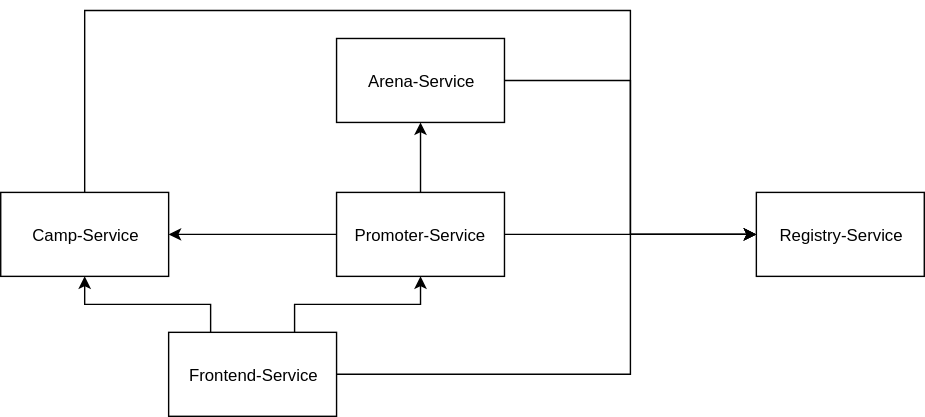
Above: resources/Microservice Architecture.svg in timmmmmb/heroes (draw.io), before the change. Source tidied: cells renumbered, new cells last; positions are measured from the earlier drawing's top-left corner, leaving out a move shared by most shapes. The source it was exported from:
```xml
<mxGraphModel>
  <root>
    <mxCell id="0" />
    <mxCell id="1" parent="0" />
    <mxCell id="2" style="edgeStyle=orthogonalEdgeStyle;rounded=0;jettySize=auto;html=1;exitX=1;exitY=0.5;exitDx=0;exitDy=0;entryX=0;entryY=0.5;entryDx=0;entryDy=0;" parent="1" edge="1" source="5" target="12">
      <mxGeometry relative="1" as="geometry">
        <Array as="points">
          <mxPoint x="450" y="260" />
          <mxPoint x="450" y="160" />
        </Array>
      </mxGeometry>
    </mxCell>
    <mxCell id="3" style="edgeStyle=orthogonalEdgeStyle;rounded=0;jettySize=auto;html=1;exitX=0.25;exitY=0;exitDx=0;exitDy=0;entryX=0.5;entryY=1;entryDx=0;entryDy=0;" parent="1" edge="1" source="5" target="14">
      <mxGeometry relative="1" as="geometry" />
    </mxCell>
    <mxCell id="4" style="edgeStyle=orthogonalEdgeStyle;rounded=0;jettySize=auto;html=1;exitX=0.75;exitY=0;exitDx=0;exitDy=0;entryX=0.5;entryY=1;entryDx=0;entryDy=0;" parent="1" edge="1" source="5" target="11">
      <mxGeometry relative="1" as="geometry" />
    </mxCell>
    <mxCell id="5" value="Frontend-Service" style="rounded=0;whiteSpace=wrap;html=1;" parent="1" vertex="1">
      <mxGeometry x="120" y="230" width="120" height="60" as="geometry" />
    </mxCell>
    <mxCell id="6" style="edgeStyle=orthogonalEdgeStyle;rounded=0;jettySize=auto;html=1;exitX=1;exitY=0.5;exitDx=0;exitDy=0;entryX=0;entryY=0.5;entryDx=0;entryDy=0;" parent="1" edge="1" source="7" target="12">
      <mxGeometry relative="1" as="geometry" />
    </mxCell>
    <mxCell id="7" value="Arena-Service" style="rounded=0;whiteSpace=wrap;html=1;" parent="1" vertex="1">
      <mxGeometry x="240" y="20" width="120" height="60" as="geometry" />
    </mxCell>
    <mxCell id="8" style="edgeStyle=orthogonalEdgeStyle;rounded=0;jettySize=auto;html=1;exitX=1;exitY=0.5;exitDx=0;exitDy=0;" parent="1" edge="1" source="11">
      <mxGeometry relative="1" as="geometry">
        <mxPoint x="540" y="160" as="targetPoint" />
      </mxGeometry>
    </mxCell>
    <mxCell id="9" style="edgeStyle=orthogonalEdgeStyle;rounded=0;jettySize=auto;html=1;exitX=0.5;exitY=0;exitDx=0;exitDy=0;entryX=0.5;entryY=1;entryDx=0;entryDy=0;" parent="1" edge="1" source="11" target="7">
      <mxGeometry relative="1" as="geometry" />
    </mxCell>
    <mxCell id="10" style="edgeStyle=orthogonalEdgeStyle;rounded=0;jettySize=auto;html=1;exitX=0;exitY=0.5;exitDx=0;exitDy=0;entryX=1;entryY=0.5;entryDx=0;entryDy=0;" parent="1" edge="1" source="11" target="14">
      <mxGeometry relative="1" as="geometry" />
    </mxCell>
    <mxCell id="11" value="Promoter-Service" style="rounded=0;whiteSpace=wrap;html=1;" parent="1" vertex="1">
      <mxGeometry x="240" y="130" width="120" height="60" as="geometry" />
    </mxCell>
    <mxCell id="12" value="Registry-Service" style="rounded=0;whiteSpace=wrap;html=1;" parent="1" vertex="1">
      <mxGeometry x="540" y="130" width="120" height="60" as="geometry" />
    </mxCell>
    <mxCell id="13" style="edgeStyle=orthogonalEdgeStyle;rounded=0;jettySize=auto;html=1;exitX=0.5;exitY=0;exitDx=0;exitDy=0;entryX=0;entryY=0.5;entryDx=0;entryDy=0;" parent="1" edge="1" source="14" target="12">
      <mxGeometry relative="1" as="geometry">
        <Array as="points">
          <mxPoint x="60" />
          <mxPoint x="450" />
          <mxPoint x="450" y="160" />
        </Array>
      </mxGeometry>
    </mxCell>
    <mxCell id="14" value="Camp-Service" style="rounded=0;whiteSpace=wrap;html=1;" parent="1" vertex="1">
      <mxGeometry y="130" width="120" height="60" as="geometry" />
    </mxCell>
  </root>
</mxGraphModel>
```
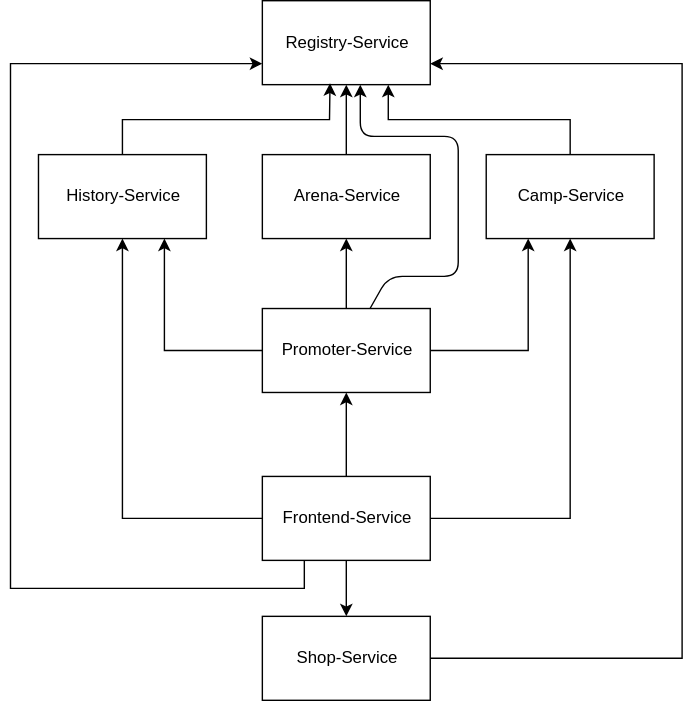
Later version of the same file.

Diff of the diagram source:
```diff
@@ -2,57 +2,89 @@
   <root>
     <mxCell id="0" />
     <mxCell id="1" parent="0" />
+    <mxCell id="3" style="edgeStyle=orthogonalEdgeStyle;rounded=0;jettySize=auto;html=1;exitX=1;exitY=0.5;exitDx=0;exitDy=0;entryX=0.5;entryY=1;entryDx=0;entryDy=0;" parent="1" edge="1" source="5" target="14">
+      <mxGeometry relative="1" as="geometry" />
+    </mxCell>
+    <mxCell id="15" style="edgeStyle=orthogonalEdgeStyle;rounded=0;jettySize=auto;html=1;entryX=0.5;entryY=0;entryDx=0;entryDy=0;exitX=0.5;exitY=1;exitDx=0;exitDy=0;" parent="1" edge="1" source="5" target="19">
+      <mxGeometry relative="1" as="geometry" />
+    </mxCell>
+    <mxCell id="4" style="edgeStyle=orthogonalEdgeStyle;rounded=0;jettySize=auto;html=1;exitX=0.5;exitY=0;exitDx=0;exitDy=0;entryX=0.5;entryY=1;entryDx=0;entryDy=0;" parent="1" edge="1" source="5" target="11">
+      <mxGeometry relative="1" as="geometry" />
+    </mxCell>
+    <mxCell id="16" style="edgeStyle=orthogonalEdgeStyle;rounded=0;jettySize=auto;html=1;exitX=0;exitY=0.5;exitDx=0;exitDy=0;entryX=0.5;entryY=1;entryDx=0;entryDy=0;" parent="1" edge="1" source="5" target="21">
+      <mxGeometry relative="1" as="geometry" />
+    </mxCell>
-    <mxCell id="2" style="edgeStyle=orthogonalEdgeStyle;rounded=0;jettySize=auto;html=1;exitX=1;exitY=0.5;exitDx=0;exitDy=0;entryX=0;entryY=0.5;entryDx=0;entryDy=0;" parent="1" edge="1" source="5" target="12">
+    <mxCell id="2" style="edgeStyle=orthogonalEdgeStyle;rounded=0;jettySize=auto;html=1;exitX=0.25;exitY=1;exitDx=0;exitDy=0;entryX=0;entryY=0.75;entryDx=0;entryDy=0;" parent="1" edge="1" source="5" target="12">
       <mxGeometry relative="1" as="geometry">
         <Array as="points">
-          <mxPoint x="450" y="260" />
-          <mxPoint x="450" y="160" />
+          <mxPoint x="290" y="420" />
+          <mxPoint x="80" y="420" />
+          <mxPoint x="80" y="45" />
         </Array>
       </mxGeometry>
     </mxCell>
-    <mxCell id="3" style="edgeStyle=orthogonalEdgeStyle;rounded=0;jettySize=auto;html=1;exitX=0.25;exitY=0;exitDx=0;exitDy=0;entryX=0.5;entryY=1;entryDx=0;entryDy=0;" parent="1" edge="1" source="5" target="14">
-      <mxGeometry relative="1" as="geometry" />
-    </mxCell>
-    <mxCell id="4" style="edgeStyle=orthogonalEdgeStyle;rounded=0;jettySize=auto;html=1;exitX=0.75;exitY=0;exitDx=0;exitDy=0;entryX=0.5;entryY=1;entryDx=0;entryDy=0;" parent="1" edge="1" source="5" target="11">
-      <mxGeometry relative="1" as="geometry" />
-    </mxCell>
     <mxCell id="5" value="Frontend-Service" style="rounded=0;whiteSpace=wrap;html=1;" parent="1" vertex="1">
-      <mxGeometry x="120" y="230" width="120" height="60" as="geometry" />
+      <mxGeometry x="260" y="340" width="120" height="60" as="geometry" />
     </mxCell>
-    <mxCell id="6" style="edgeStyle=orthogonalEdgeStyle;rounded=0;jettySize=auto;html=1;exitX=1;exitY=0.5;exitDx=0;exitDy=0;entryX=0;entryY=0.5;entryDx=0;entryDy=0;" parent="1" edge="1" source="7" target="12">
+    <mxCell id="6" style="edgeStyle=orthogonalEdgeStyle;rounded=0;jettySize=auto;html=1;exitX=0.5;exitY=0;exitDx=0;exitDy=0;entryX=0.5;entryY=1;entryDx=0;entryDy=0;" parent="1" edge="1" source="7" target="12">
       <mxGeometry relative="1" as="geometry" />
     </mxCell>
     <mxCell id="7" value="Arena-Service" style="rounded=0;whiteSpace=wrap;html=1;" parent="1" vertex="1">
-      <mxGeometry x="240" y="20" width="120" height="60" as="geometry" />
+      <mxGeometry x="260" y="110" width="120" height="60" as="geometry" />
     </mxCell>
-    <mxCell id="8" style="edgeStyle=orthogonalEdgeStyle;rounded=0;jettySize=auto;html=1;exitX=1;exitY=0.5;exitDx=0;exitDy=0;" parent="1" edge="1" source="11">
-      <mxGeometry relative="1" as="geometry">
-        <mxPoint x="540" y="160" as="targetPoint" />
-      </mxGeometry>
-    </mxCell>
+    <mxCell id="10" style="edgeStyle=orthogonalEdgeStyle;rounded=0;jettySize=auto;html=1;exitX=1;exitY=0.5;exitDx=0;exitDy=0;entryX=0.25;entryY=1;entryDx=0;entryDy=0;" parent="1" edge="1" source="11" target="14">
+      <mxGeometry relative="1" as="geometry" />
+    </mxCell>
     <mxCell id="9" style="edgeStyle=orthogonalEdgeStyle;rounded=0;jettySize=auto;html=1;exitX=0.5;exitY=0;exitDx=0;exitDy=0;entryX=0.5;entryY=1;entryDx=0;entryDy=0;" parent="1" edge="1" source="11" target="7">
       <mxGeometry relative="1" as="geometry" />
     </mxCell>
-    <mxCell id="10" style="edgeStyle=orthogonalEdgeStyle;rounded=0;jettySize=auto;html=1;exitX=0;exitY=0.5;exitDx=0;exitDy=0;entryX=1;entryY=0.5;entryDx=0;entryDy=0;" parent="1" edge="1" source="11" target="14">
-      <mxGeometry relative="1" as="geometry" />
-    </mxCell>
+    <mxCell id="17" style="edgeStyle=orthogonalEdgeStyle;rounded=0;jettySize=auto;html=1;exitX=0;exitY=0.5;exitDx=0;exitDy=0;entryX=0.75;entryY=1;entryDx=0;entryDy=0;" parent="1" edge="1" source="11" target="21">
+      <mxGeometry relative="1" as="geometry" />
+    </mxCell>
     <mxCell id="11" value="Promoter-Service" style="rounded=0;whiteSpace=wrap;html=1;" parent="1" vertex="1">
-      <mxGeometry x="240" y="130" width="120" height="60" as="geometry" />
+      <mxGeometry x="260" y="220" width="120" height="60" as="geometry" />
     </mxCell>
     <mxCell id="12" value="Registry-Service" style="rounded=0;whiteSpace=wrap;html=1;" parent="1" vertex="1">
-      <mxGeometry x="540" y="130" width="120" height="60" as="geometry" />
+      <mxGeometry x="260" width="120" height="60" as="geometry" />
     </mxCell>
-    <mxCell id="13" style="edgeStyle=orthogonalEdgeStyle;rounded=0;jettySize=auto;html=1;exitX=0.5;exitY=0;exitDx=0;exitDy=0;entryX=0;entryY=0.5;entryDx=0;entryDy=0;" parent="1" edge="1" source="14" target="12">
+    <mxCell id="13" style="edgeStyle=orthogonalEdgeStyle;rounded=0;jettySize=auto;html=1;exitX=0.5;exitY=0;exitDx=0;exitDy=0;entryX=0.75;entryY=1;entryDx=0;entryDy=0;" parent="1" edge="1" source="14" target="12">
       <mxGeometry relative="1" as="geometry">
         <Array as="points">
-          <mxPoint x="60" />
-          <mxPoint x="450" />
-          <mxPoint x="450" y="160" />
+          <mxPoint x="480" y="85" />
+          <mxPoint x="350" y="85" />
         </Array>
       </mxGeometry>
     </mxCell>
     <mxCell id="14" value="Camp-Service" style="rounded=0;whiteSpace=wrap;html=1;" parent="1" vertex="1">
-      <mxGeometry y="130" width="120" height="60" as="geometry" />
+      <mxGeometry x="420" y="110" width="120" height="60" as="geometry" />
     </mxCell>
+    <mxCell id="18" style="edgeStyle=orthogonalEdgeStyle;rounded=0;jettySize=auto;html=1;exitX=1;exitY=0.5;exitDx=0;exitDy=0;entryX=1;entryY=0.75;entryDx=0;entryDy=0;" parent="1" edge="1" source="19" target="12">
+      <mxGeometry relative="1" as="geometry">
+        <Array as="points">
+          <mxPoint x="560" y="470" />
+          <mxPoint x="560" y="45" />
+        </Array>
+      </mxGeometry>
+    </mxCell>
+    <mxCell id="19" value="Shop-Service" style="rounded=0;whiteSpace=wrap;html=1;" parent="1" vertex="1">
+      <mxGeometry x="260" y="440" width="120" height="60" as="geometry" />
+    </mxCell>
+    <mxCell id="20" style="edgeStyle=orthogonalEdgeStyle;rounded=0;jettySize=auto;html=1;exitX=0.5;exitY=0;exitDx=0;exitDy=0;entryX=0.403;entryY=0.983;entryDx=0;entryDy=0;entryPerimeter=0;" parent="1" edge="1" source="21" target="12">
+      <mxGeometry relative="1" as="geometry" />
+    </mxCell>
+    <mxCell id="21" value="History-Service" style="rounded=0;whiteSpace=wrap;html=1;" parent="1" vertex="1">
+      <mxGeometry x="100" y="110" width="120" height="60" as="geometry" />
+    </mxCell>
+    <mxCell id="22" style="endArrow=classic;html=1;" parent="1" edge="1" source="11">
+      <mxGeometry relative="1" as="geometry">
+        <mxPoint x="330" y="60" as="targetPoint" />
+        <Array as="points">
+          <mxPoint x="350" y="197" />
+          <mxPoint x="400" y="197" />
+          <mxPoint x="400" y="97" />
+          <mxPoint x="330" y="97" />
+        </Array>
+      </mxGeometry>
+    </mxCell>
   </root>
 </mxGraphModel>
```
